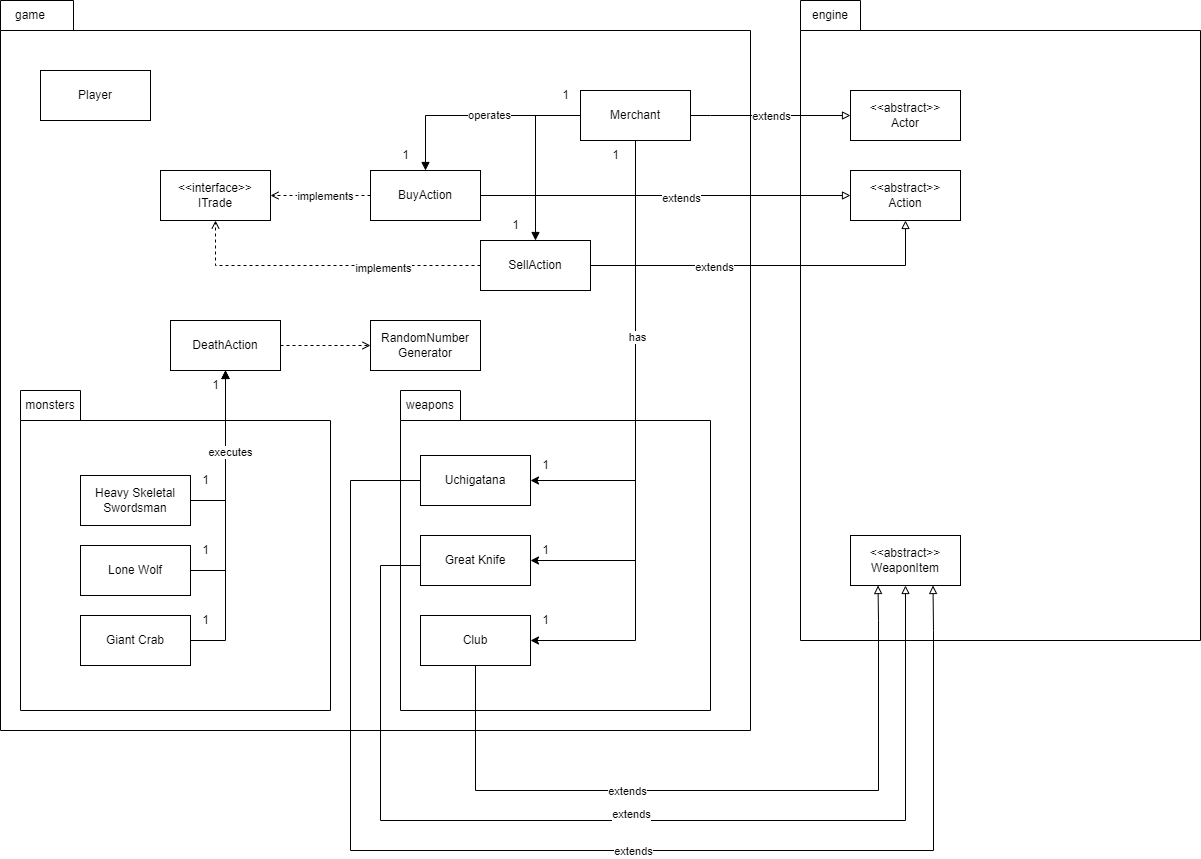
The draw.io diagram docs/FIT2099 Assignment 1 Req 2 UML Diagram.drawio.png in hyynes/monash-fit2099, before a commit. Source tidied: cells renumbered, new cells last; positions are measured from the earlier drawing's top-left corner, leaving out a move shared by most shapes.
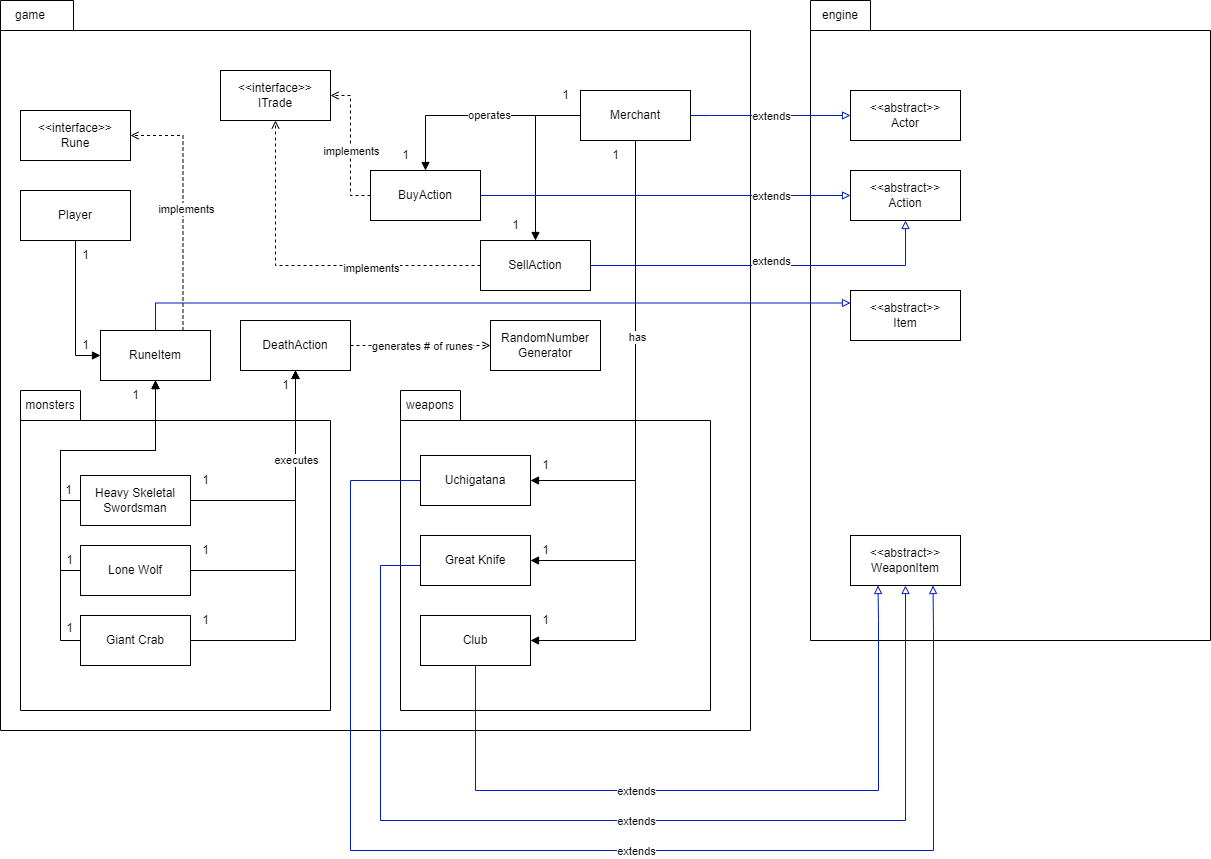
The same diagram one commit later.

Commit message:
added new rune item that extends item class, connected it to player & monster classes

Change to the diagram source:
```diff
@@ -11,24 +11,45 @@
     <mxCell id="4" style="shape=folder;fontStyle=1;spacingTop=10;tabWidth=60;tabHeight=30;tabPosition=left;html=1;whiteSpace=wrap;" parent="1" vertex="1">
       <mxGeometry x="20" y="390" width="310" height="320" as="geometry" />
     </mxCell>
+    <mxCell id="65" style="edgeStyle=orthogonalEdgeStyle;rounded=0;jettySize=auto;html=1;exitX=0.5;exitY=1;exitDx=0;exitDy=0;entryX=0;entryY=0.5;entryDx=0;entryDy=0;endArrow=block;endFill=1;" parent="1" edge="1" source="5" target="73">
+      <mxGeometry relative="1" as="geometry" />
+    </mxCell>
     <mxCell id="5" value="Player" style="html=1;whiteSpace=wrap;" parent="1" vertex="1">
-      <mxGeometry x="40" y="70" width="110" height="50" as="geometry" />
+      <mxGeometry x="20" y="190" width="110" height="50" as="geometry" />
     </mxCell>
     <mxCell id="6" style="shape=folder;fontStyle=1;spacingTop=10;tabWidth=60;tabHeight=30;tabPosition=left;html=1;whiteSpace=wrap;" parent="1" vertex="1">
-      <mxGeometry x="800" width="400" height="640" as="geometry" />
+      <mxGeometry x="810" width="400" height="640" as="geometry" />
     </mxCell>
     <mxCell id="7" value="engine" style="text;html=1;strokeColor=none;fillColor=none;align=center;verticalAlign=middle;whiteSpace=wrap;rounded=0;" parent="1" vertex="1">
-      <mxGeometry x="800" width="60" height="30" as="geometry" />
+      <mxGeometry x="810" width="60" height="30" as="geometry" />
     </mxCell>
     <mxCell id="8" style="edgeStyle=orthogonalEdgeStyle;rounded=0;jettySize=auto;html=1;exitX=1;exitY=0.5;exitDx=0;exitDy=0;entryX=0.5;entryY=1;entryDx=0;entryDy=0;" parent="1" edge="1" source="9" target="23">
       <mxGeometry relative="1" as="geometry" />
     </mxCell>
+    <mxCell id="66" style="edgeStyle=orthogonalEdgeStyle;rounded=0;jettySize=auto;html=1;exitX=0;exitY=0.5;exitDx=0;exitDy=0;entryX=0.5;entryY=1;entryDx=0;entryDy=0;endArrow=block;endFill=1;" parent="1" edge="1" source="9" target="73">
+      <mxGeometry relative="1" as="geometry">
+        <Array as="points">
+          <mxPoint x="60" y="500" />
+          <mxPoint x="60" y="450" />
+          <mxPoint x="155" y="450" />
+        </Array>
+      </mxGeometry>
+    </mxCell>
     <mxCell id="9" value="Heavy Skeletal Swordsman" style="html=1;whiteSpace=wrap;" parent="1" vertex="1">
       <mxGeometry x="80" y="475" width="110" height="50" as="geometry" />
     </mxCell>
     <mxCell id="10" style="edgeStyle=orthogonalEdgeStyle;rounded=0;jettySize=auto;html=1;exitX=1;exitY=0.5;exitDx=0;exitDy=0;" parent="1" edge="1" source="11" target="23">
       <mxGeometry relative="1" as="geometry" />
     </mxCell>
+    <mxCell id="67" style="edgeStyle=orthogonalEdgeStyle;rounded=0;jettySize=auto;html=1;exitX=0;exitY=0.5;exitDx=0;exitDy=0;endArrow=block;endFill=1;" parent="1" edge="1" source="11" target="73">
+      <mxGeometry relative="1" as="geometry">
+        <Array as="points">
+          <mxPoint x="60" y="570" />
+          <mxPoint x="60" y="450" />
+          <mxPoint x="155" y="450" />
+        </Array>
+      </mxGeometry>
+    </mxCell>
     <mxCell id="11" value="Lone Wolf" style="html=1;whiteSpace=wrap;" parent="1" vertex="1">
       <mxGeometry x="80" y="545" width="110" height="50" as="geometry" />
     </mxCell>
@@ -36,12 +57,23 @@
       <mxGeometry relative="1" as="geometry" />
     </mxCell>
     <mxCell id="13" value="executes" style="edgeLabel;html=1;align=center;verticalAlign=middle;" parent="12" vertex="1">
-      <mxGeometry x="0.47" y="-4" relative="1" as="geometry" />
+      <mxGeometry x="0.47" y="-4" relative="1" as="geometry">
+        <mxPoint x="-4" y="-11" as="offset" />
+      </mxGeometry>
     </mxCell>
+    <mxCell id="68" style="edgeStyle=orthogonalEdgeStyle;rounded=0;jettySize=auto;html=1;exitX=0;exitY=0.5;exitDx=0;exitDy=0;endArrow=block;endFill=1;" parent="1" edge="1" source="14" target="73">
+      <mxGeometry relative="1" as="geometry">
+        <Array as="points">
+          <mxPoint x="60" y="640" />
+          <mxPoint x="60" y="450" />
+          <mxPoint x="155" y="450" />
+        </Array>
+      </mxGeometry>
+    </mxCell>
     <mxCell id="14" value="Giant Crab" style="html=1;whiteSpace=wrap;" parent="1" vertex="1">
       <mxGeometry x="80" y="615" width="110" height="50" as="geometry" />
     </mxCell>
-    <mxCell id="15" style="edgeStyle=orthogonalEdgeStyle;rounded=0;jettySize=auto;html=1;exitX=1;exitY=0.5;exitDx=0;exitDy=0;entryX=0;entryY=0.5;entryDx=0;entryDy=0;endArrow=block;endFill=0;" parent="1" edge="1" source="20" target="21">
+    <mxCell id="15" style="edgeStyle=orthogonalEdgeStyle;rounded=0;jettySize=auto;html=1;exitX=1;exitY=0.5;exitDx=0;exitDy=0;entryX=0;entryY=0.5;entryDx=0;entryDy=0;endArrow=block;endFill=0;fillColor=#0050ef;strokeColor=#001DBC;" parent="1" edge="1" source="20" target="21">
       <mxGeometry relative="1" as="geometry">
         <Array as="points">
           <mxPoint x="710" y="115" />
@@ -72,16 +104,21 @@
     <mxCell id="22" style="edgeStyle=orthogonalEdgeStyle;rounded=0;jettySize=auto;html=1;exitX=1;exitY=0.5;exitDx=0;exitDy=0;dashed=1;endArrow=open;endFill=0;" parent="1" edge="1" source="23" target="44">
       <mxGeometry relative="1" as="geometry" />
     </mxCell>
+    <mxCell id="69" value="generates # of runes" style="edgeLabel;html=1;align=center;verticalAlign=middle;" parent="22" vertex="1">
+      <mxGeometry x="0.24" y="-3" relative="1" as="geometry">
+        <mxPoint x="-16" y="-3" as="offset" />
+      </mxGeometry>
+    </mxCell>
     <mxCell id="23" value="DeathAction" style="html=1;whiteSpace=wrap;" parent="1" vertex="1">
-      <mxGeometry x="170" y="320" width="110" height="50" as="geometry" />
+      <mxGeometry x="240" y="320" width="110" height="50" as="geometry" />
     </mxCell>
     <mxCell id="24" style="shape=folder;fontStyle=1;spacingTop=10;tabWidth=60;tabHeight=30;tabPosition=left;html=1;whiteSpace=wrap;" parent="1" vertex="1">
       <mxGeometry x="400" y="390" width="310" height="320" as="geometry" />
     </mxCell>
-    <mxCell id="25" style="edgeStyle=orthogonalEdgeStyle;rounded=0;jettySize=auto;html=1;exitX=0.5;exitY=1;exitDx=0;exitDy=0;entryX=1;entryY=0.5;entryDx=0;entryDy=0;" parent="1" edge="1" source="20" target="28">
+    <mxCell id="25" style="edgeStyle=orthogonalEdgeStyle;rounded=0;jettySize=auto;html=1;exitX=0.5;exitY=1;exitDx=0;exitDy=0;entryX=1;entryY=0.5;entryDx=0;entryDy=0;endArrow=block;endFill=1;" parent="1" edge="1" source="20" target="28">
       <mxGeometry relative="1" as="geometry" />
     </mxCell>
-    <mxCell id="26" style="edgeStyle=orthogonalEdgeStyle;rounded=0;jettySize=auto;html=1;exitX=0;exitY=0.5;exitDx=0;exitDy=0;entryX=0.75;entryY=1;entryDx=0;entryDy=0;endArrow=block;endFill=0;" parent="1" edge="1" source="28" target="64">
+    <mxCell id="26" style="edgeStyle=orthogonalEdgeStyle;rounded=0;jettySize=auto;html=1;exitX=0;exitY=0.5;exitDx=0;exitDy=0;entryX=0.75;entryY=1;entryDx=0;entryDy=0;endArrow=block;endFill=0;fillColor=#0050ef;strokeColor=#001DBC;" parent="1" edge="1" source="28" target="64">
       <mxGeometry relative="1" as="geometry">
         <Array as="points">
           <mxPoint x="350" y="480" />
@@ -93,15 +130,16 @@
     </mxCell>
     <mxCell id="27" value="extends" style="edgeLabel;html=1;align=center;verticalAlign=middle;" parent="26" vertex="1">
       <mxGeometry x="-0.22" y="2" relative="1" as="geometry">
-        <mxPoint x="221" y="2" as="offset" />
+        <mxPoint x="224" y="2" as="offset" />
       </mxGeometry>
     </mxCell>
     <mxCell id="28" value="Uchigatana" style="html=1;whiteSpace=wrap;" parent="1" vertex="1">
       <mxGeometry x="420" y="455" width="110" height="50" as="geometry" />
     </mxCell>
-    <mxCell id="29" style="edgeStyle=orthogonalEdgeStyle;rounded=0;jettySize=auto;html=1;exitX=0;exitY=0.5;exitDx=0;exitDy=0;endArrow=block;endFill=0;entryX=0.5;entryY=1;entryDx=0;entryDy=0;" parent="1" edge="1" source="31" target="64">
+    <mxCell id="29" style="edgeStyle=orthogonalEdgeStyle;rounded=0;jettySize=auto;html=1;exitX=0;exitY=0.5;exitDx=0;exitDy=0;endArrow=block;endFill=0;entryX=0.5;entryY=1;entryDx=0;entryDy=0;fillColor=#0050ef;strokeColor=#001DBC;" parent="1" edge="1" source="31" target="64">
       <mxGeometry relative="1" as="geometry">
         <Array as="points">
+          <mxPoint x="420" y="565" />
           <mxPoint x="380" y="565" />
           <mxPoint x="380" y="820" />
           <mxPoint x="905" y="820" />
@@ -110,13 +148,13 @@
     </mxCell>
     <mxCell id="30" value="extends" style="edgeLabel;html=1;align=center;verticalAlign=middle;" parent="29" vertex="1">
       <mxGeometry x="-0.53" y="2" relative="1" as="geometry">
-        <mxPoint x="248" y="44" as="offset" />
+        <mxPoint x="253" y="51" as="offset" />
       </mxGeometry>
     </mxCell>
     <mxCell id="31" value="Great Knife" style="html=1;whiteSpace=wrap;" parent="1" vertex="1">
       <mxGeometry x="420" y="535" width="110" height="50" as="geometry" />
     </mxCell>
-    <mxCell id="32" style="edgeStyle=orthogonalEdgeStyle;rounded=0;jettySize=auto;html=1;exitX=0.5;exitY=1;exitDx=0;exitDy=0;entryX=0.25;entryY=1;entryDx=0;entryDy=0;endArrow=block;endFill=0;" parent="1" edge="1" source="34" target="64">
+    <mxCell id="32" style="edgeStyle=orthogonalEdgeStyle;rounded=0;jettySize=auto;html=1;exitX=0.5;exitY=1;exitDx=0;exitDy=0;entryX=0.25;entryY=1;entryDx=0;entryDy=0;endArrow=block;endFill=0;fillColor=#0050ef;strokeColor=#001DBC;" parent="1" edge="1" source="34" target="64">
       <mxGeometry relative="1" as="geometry">
         <Array as="points">
           <mxPoint x="475" y="790" />
@@ -127,7 +165,7 @@
     </mxCell>
     <mxCell id="33" value="extends" style="edgeLabel;html=1;align=center;verticalAlign=middle;" parent="32" vertex="1">
       <mxGeometry x="-0.23" y="-3" relative="1" as="geometry">
-        <mxPoint x="-6" y="-3" as="offset" />
+        <mxPoint x="3" y="-3" as="offset" />
       </mxGeometry>
     </mxCell>
     <mxCell id="34" value="Club" style="html=1;whiteSpace=wrap;" parent="1" vertex="1">
@@ -139,10 +177,10 @@
     <mxCell id="36" value="weapons" style="text;html=1;strokeColor=none;fillColor=none;align=center;verticalAlign=middle;whiteSpace=wrap;rounded=0;" parent="1" vertex="1">
       <mxGeometry x="400" y="390" width="60" height="30" as="geometry" />
     </mxCell>
-    <mxCell id="37" style="edgeStyle=orthogonalEdgeStyle;rounded=0;jettySize=auto;html=1;exitX=0.5;exitY=1;exitDx=0;exitDy=0;entryX=1;entryY=0.5;entryDx=0;entryDy=0;" parent="1" edge="1" source="20" target="31">
+    <mxCell id="37" style="edgeStyle=orthogonalEdgeStyle;rounded=0;jettySize=auto;html=1;exitX=0.5;exitY=1;exitDx=0;exitDy=0;entryX=1;entryY=0.5;entryDx=0;entryDy=0;endArrow=block;endFill=1;" parent="1" edge="1" source="20" target="31">
       <mxGeometry relative="1" as="geometry" />
     </mxCell>
-    <mxCell id="38" style="edgeStyle=orthogonalEdgeStyle;rounded=0;jettySize=auto;html=1;exitX=0.5;exitY=1;exitDx=0;exitDy=0;entryX=1;entryY=0.5;entryDx=0;entryDy=0;" parent="1" edge="1" source="20" target="34">
+    <mxCell id="38" style="edgeStyle=orthogonalEdgeStyle;rounded=0;jettySize=auto;html=1;exitX=0.5;exitY=1;exitDx=0;exitDy=0;entryX=1;entryY=0.5;entryDx=0;entryDy=0;endArrow=block;endFill=1;" parent="1" edge="1" source="20" target="34">
       <mxGeometry relative="1" as="geometry" />
     </mxCell>
     <mxCell id="39" value="has" style="edgeLabel;html=1;align=center;verticalAlign=middle;" parent="38" vertex="1">
@@ -161,10 +199,10 @@
       <mxGeometry x="530" y="605" width="30" height="30" as="geometry" />
     </mxCell>
     <mxCell id="44" value="RandomNumber&lt;br&gt;Generator" style="html=1;whiteSpace=wrap;" parent="1" vertex="1">
-      <mxGeometry x="370" y="320" width="110" height="50" as="geometry" />
+      <mxGeometry x="490" y="320" width="110" height="50" as="geometry" />
     </mxCell>
     <mxCell id="45" value="1" style="text;html=1;align=center;verticalAlign=middle;strokeColor=none;fillColor=none;" parent="1" vertex="1">
-      <mxGeometry x="200" y="370" width="30" height="30" as="geometry" />
+      <mxGeometry x="270" y="370" width="30" height="30" as="geometry" />
     </mxCell>
     <mxCell id="46" value="1" style="text;html=1;align=center;verticalAlign=middle;strokeColor=none;fillColor=none;" parent="1" vertex="1">
       <mxGeometry x="190" y="465" width="30" height="30" as="geometry" />
@@ -176,30 +214,34 @@
       <mxGeometry x="190" y="605" width="30" height="30" as="geometry" />
     </mxCell>
     <mxCell id="49" value="&amp;lt;&amp;lt;interface&amp;gt;&amp;gt;&lt;br&gt;ITrade" style="html=1;whiteSpace=wrap;" parent="1" vertex="1">
-      <mxGeometry x="160" y="170" width="110" height="50" as="geometry" />
+      <mxGeometry x="220" y="70" width="110" height="50" as="geometry" />
     </mxCell>
-    <mxCell id="50" style="edgeStyle=orthogonalEdgeStyle;rounded=0;jettySize=auto;html=1;exitX=1;exitY=0.5;exitDx=0;exitDy=0;endArrow=block;endFill=0;" parent="1" edge="1" source="54" target="60">
+    <mxCell id="50" style="edgeStyle=orthogonalEdgeStyle;rounded=0;jettySize=auto;html=1;exitX=1;exitY=0.5;exitDx=0;exitDy=0;endArrow=block;endFill=0;fillColor=#0050ef;strokeColor=#001DBC;" parent="1" edge="1" source="54" target="60">
       <mxGeometry relative="1" as="geometry" />
     </mxCell>
     <mxCell id="51" value="extends" style="edgeLabel;html=1;align=center;verticalAlign=middle;" parent="50" vertex="1">
-      <mxGeometry x="0.08" y="-2" relative="1" as="geometry" />
+      <mxGeometry x="0.08" y="-2" relative="1" as="geometry">
+        <mxPoint x="90" y="-2" as="offset" />
+      </mxGeometry>
     </mxCell>
     <mxCell id="52" style="edgeStyle=orthogonalEdgeStyle;rounded=0;jettySize=auto;html=1;exitX=0;exitY=0.5;exitDx=0;exitDy=0;entryX=1;entryY=0.5;entryDx=0;entryDy=0;dashed=1;endArrow=open;endFill=0;" parent="1" edge="1" source="54" target="49">
       <mxGeometry relative="1" as="geometry" />
     </mxCell>
     <mxCell id="53" value="implements" style="edgeLabel;html=1;align=center;verticalAlign=middle;" parent="52" vertex="1">
       <mxGeometry x="-0.29" y="1" relative="1" as="geometry">
-        <mxPoint x="-11" y="-1" as="offset" />
+        <mxPoint x="1" y="-15" as="offset" />
       </mxGeometry>
     </mxCell>
     <mxCell id="54" value="BuyAction" style="html=1;whiteSpace=wrap;" parent="1" vertex="1">
       <mxGeometry x="370" y="170" width="110" height="50" as="geometry" />
     </mxCell>
-    <mxCell id="55" style="edgeStyle=orthogonalEdgeStyle;rounded=0;jettySize=auto;html=1;exitX=1;exitY=0.5;exitDx=0;exitDy=0;endArrow=block;endFill=0;" parent="1" edge="1" source="59" target="60">
+    <mxCell id="55" style="edgeStyle=orthogonalEdgeStyle;rounded=0;jettySize=auto;html=1;exitX=1;exitY=0.5;exitDx=0;exitDy=0;endArrow=block;endFill=0;fillColor=#0050ef;strokeColor=#001DBC;" parent="1" edge="1" source="59" target="60">
       <mxGeometry relative="1" as="geometry" />
     </mxCell>
     <mxCell id="56" value="extends" style="edgeLabel;html=1;align=center;verticalAlign=middle;" parent="55" vertex="1">
-      <mxGeometry x="-0.32" y="-1" relative="1" as="geometry" />
+      <mxGeometry x="-0.32" y="-1" relative="1" as="geometry">
+        <mxPoint x="57" y="-6" as="offset" />
+      </mxGeometry>
     </mxCell>
     <mxCell id="57" style="edgeStyle=orthogonalEdgeStyle;rounded=0;jettySize=auto;html=1;exitX=0;exitY=0.5;exitDx=0;exitDy=0;endArrow=open;endFill=0;dashed=1;" parent="1" edge="1" source="59" target="49">
       <mxGeometry relative="1" as="geometry" />
@@ -225,5 +267,43 @@
     <mxCell id="64" value="&amp;lt;&amp;lt;abstract&amp;gt;&amp;gt;&lt;br&gt;WeaponItem" style="html=1;whiteSpace=wrap;" parent="1" vertex="1">
       <mxGeometry x="850" y="535" width="110" height="50" as="geometry" />
     </mxCell>
+    <mxCell id="70" style="edgeStyle=orthogonalEdgeStyle;rounded=0;jettySize=auto;html=1;exitX=0.5;exitY=0;exitDx=0;exitDy=0;entryX=0;entryY=0.25;entryDx=0;entryDy=0;fillColor=#0050ef;strokeColor=#001DBC;endArrow=block;endFill=0;" parent="1" edge="1" source="73" target="74">
+      <mxGeometry relative="1" as="geometry" />
+    </mxCell>
+    <mxCell id="71" style="edgeStyle=orthogonalEdgeStyle;rounded=0;jettySize=auto;html=1;exitX=0.75;exitY=0;exitDx=0;exitDy=0;endArrow=open;endFill=0;dashed=1;entryX=1;entryY=0.5;entryDx=0;entryDy=0;" parent="1" edge="1" source="73" target="79">
+      <mxGeometry relative="1" as="geometry" />
+    </mxCell>
+    <mxCell id="72" value="implements" style="edgeLabel;html=1;align=center;verticalAlign=middle;" parent="71" vertex="1">
+      <mxGeometry x="-0.02" y="-2" relative="1" as="geometry">
+        <mxPoint x="1" as="offset" />
+      </mxGeometry>
+    </mxCell>
+    <mxCell id="73" value="RuneItem" style="html=1;whiteSpace=wrap;" parent="1" vertex="1">
+      <mxGeometry x="100" y="330" width="110" height="50" as="geometry" />
+    </mxCell>
+    <mxCell id="74" value="&amp;lt;&amp;lt;abstract&amp;gt;&amp;gt;&lt;br&gt;Item" style="html=1;whiteSpace=wrap;" parent="1" vertex="1">
+      <mxGeometry x="850" y="290" width="110" height="50" as="geometry" />
+    </mxCell>
+    <mxCell id="75" value="1" style="text;html=1;align=center;verticalAlign=middle;strokeColor=none;fillColor=none;" parent="1" vertex="1">
+      <mxGeometry x="53" y="475" width="30" height="30" as="geometry" />
+    </mxCell>
+    <mxCell id="76" value="1" style="text;html=1;align=center;verticalAlign=middle;strokeColor=none;fillColor=none;" parent="1" vertex="1">
+      <mxGeometry x="54" y="545" width="30" height="30" as="geometry" />
+    </mxCell>
+    <mxCell id="77" value="1" style="text;html=1;align=center;verticalAlign=middle;strokeColor=none;fillColor=none;" parent="1" vertex="1">
+      <mxGeometry x="54" y="613" width="30" height="30" as="geometry" />
+    </mxCell>
+    <mxCell id="78" value="1" style="text;html=1;align=center;verticalAlign=middle;strokeColor=none;fillColor=none;" parent="1" vertex="1">
+      <mxGeometry x="120" y="380" width="30" height="30" as="geometry" />
+    </mxCell>
+    <mxCell id="79" value="&amp;lt;&amp;lt;interface&amp;gt;&amp;gt;&lt;br&gt;Rune" style="html=1;whiteSpace=wrap;" parent="1" vertex="1">
+      <mxGeometry x="20" y="110" width="110" height="50" as="geometry" />
+    </mxCell>
+    <mxCell id="80" value="1" style="text;html=1;align=center;verticalAlign=middle;strokeColor=none;fillColor=none;" parent="1" vertex="1">
+      <mxGeometry x="70" y="240" width="30" height="30" as="geometry" />
+    </mxCell>
+    <mxCell id="81" value="1" style="text;html=1;align=center;verticalAlign=middle;strokeColor=none;fillColor=none;" parent="1" vertex="1">
+      <mxGeometry x="70" y="330" width="30" height="30" as="geometry" />
+    </mxCell>
   </root>
 </mxGraphModel>
```
